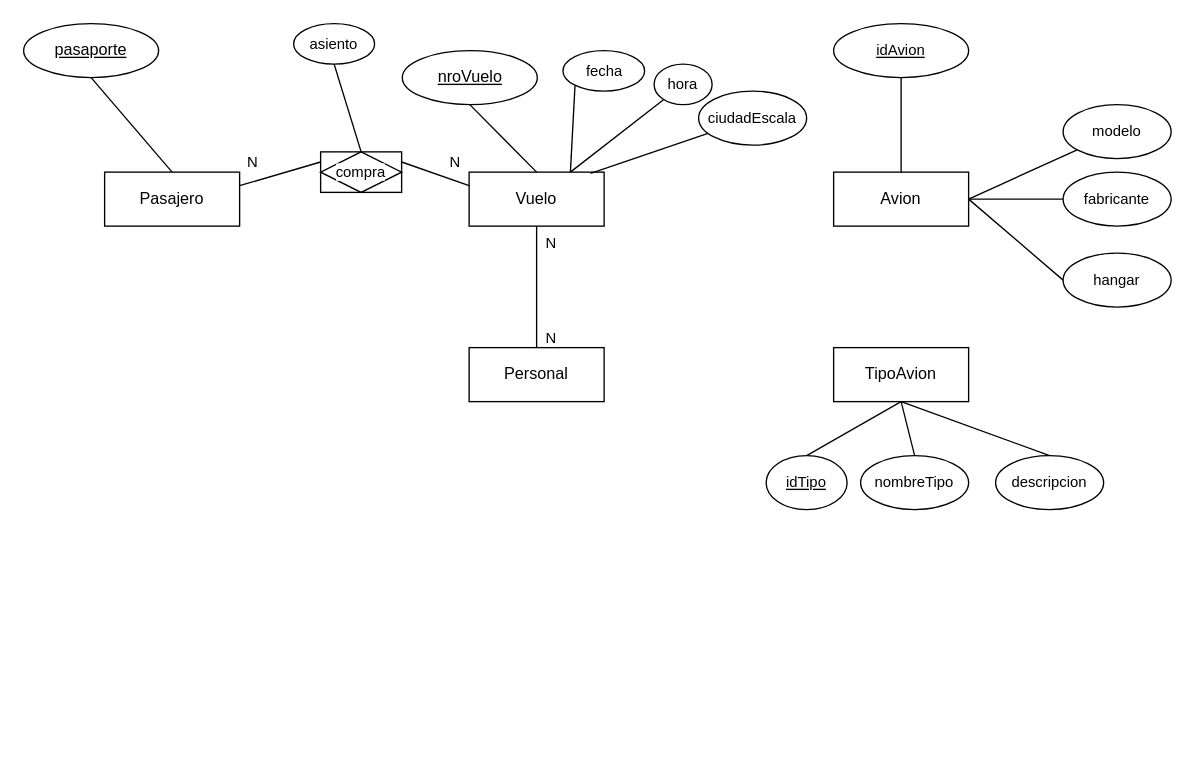
Donnie-MS/DiagramasUML-BaseDeDatos-Objetos2 keeps this draw.io diagram as BaseDeDatos/ej7.drawio. Above is the earlier version. Source tidied: cells renumbered, new cells numbered last; positions are measured from the earlier drawing's top-left corner, leaving out a move shared by most shapes. Both pictures are drawn from the tidied source at 135%, with x=0, y=0 at pixel (23, 23).
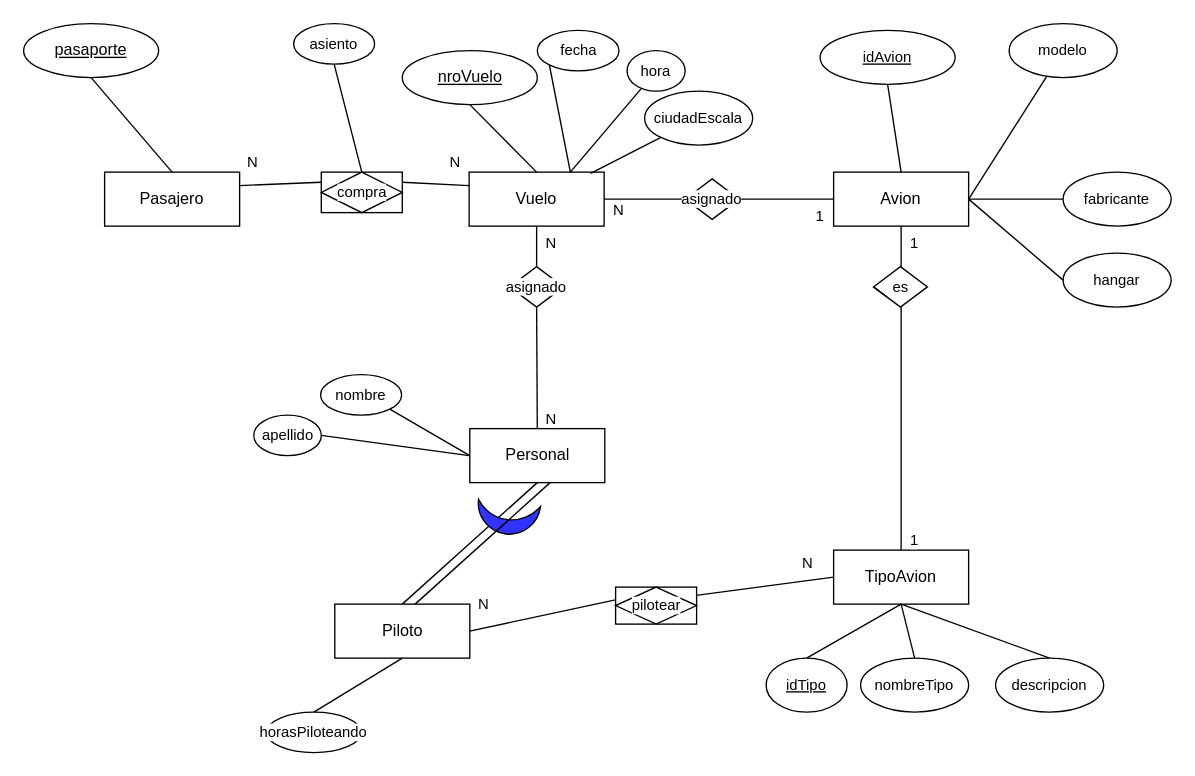
The same diagram, later.

Unchanged cells that the change refers to:
```xml
<mxCell id="4" value="Vuelo" style="whiteSpace=wrap;html=1;align=center;" parent="1" vertex="1">
  <mxGeometry x="330" y="110" width="100" height="40" as="geometry" />
</mxCell>
<mxCell id="31" value="Avion" style="whiteSpace=wrap;html=1;align=center;" parent="1" vertex="1">
  <mxGeometry x="600" y="110" width="100" height="40" as="geometry" />
</mxCell>
```

The edit, as a diff of the source:
```diff
@@
-    <mxCell id="5" style="edgeStyle=none;shape=connector;rounded=0;jettySize=auto;html=1;exitX=0.5;exitY=0;exitDx=0;exitDy=0;entryX=0.5;entryY=1;entryDx=0;entryDy=0;strokeColor=default;align=center;verticalAlign=middle;fontFamily=Helvetica;fontSize=11;fontColor=default;labelBackgroundColor=default;endArrow=none;" parent="1" edge="1" source="6" target="4">
+    <mxCell id="5" style="edgeStyle=none;shape=connector;rounded=0;jettySize=auto;html=1;exitX=0.5;exitY=0;exitDx=0;exitDy=0;entryX=0.5;entryY=1;entryDx=0;entryDy=0;strokeColor=default;align=center;verticalAlign=middle;fontFamily=Helvetica;fontSize=11;fontColor=default;labelBackgroundColor=default;endArrow=none;" parent="1" edge="1" source="47" target="4">
       <mxGeometry relative="1" as="geometry" />
     </mxCell>
+    <mxCell id="41" style="edgeStyle=none;shape=connector;rounded=0;jettySize=auto;html=1;entryX=0.5;entryY=0;entryDx=0;entryDy=0;strokeColor=default;align=center;verticalAlign=middle;fontFamily=Helvetica;fontSize=11;fontColor=default;labelBackgroundColor=default;endArrow=none;exitX=0.5;exitY=1;exitDx=0;exitDy=0;" parent="1" edge="1" source="6" target="53">
+      <mxGeometry relative="1" as="geometry" />
+    </mxCell>
     <mxCell id="6" value="Personal" style="whiteSpace=wrap;html=1;align=center;" parent="1" vertex="1">
-      <mxGeometry x="330" y="240" width="100" height="40" as="geometry" />
+      <mxGeometry x="330.5" y="300" width="100" height="40" as="geometry" />
     </mxCell>
@@
     <mxCell id="10" value="compra" style="shape=associativeEntity;whiteSpace=wrap;html=1;align=center;fontFamily=Helvetica;fontSize=11;fontColor=default;labelBackgroundColor=default;" parent="1" vertex="1">
-      <mxGeometry x="220" y="95" width="60" height="30" as="geometry" />
+      <mxGeometry x="220.5" y="110" width="60" height="30" as="geometry" />
     </mxCell>
@@
     <mxCell id="15" value="fecha" style="ellipse;whiteSpace=wrap;html=1;align=center;fontFamily=Helvetica;fontSize=11;fontColor=default;labelBackgroundColor=default;" parent="1" vertex="1">
-      <mxGeometry x="399.5" y="20" width="60.5" height="30" as="geometry" />
+      <mxGeometry x="380.5" y="5" width="60.5" height="30" as="geometry" />
     </mxCell>
@@
     <mxCell id="18" value="hora" style="ellipse;whiteSpace=wrap;html=1;align=center;fontFamily=Helvetica;fontSize=11;fontColor=default;labelBackgroundColor=default;" parent="1" vertex="1">
-      <mxGeometry x="467" y="30" width="43" height="30" as="geometry" />
+      <mxGeometry x="447" y="20" width="43" height="30" as="geometry" />
     </mxCell>
@@
     <mxCell id="20" value="N" style="text;strokeColor=none;fillColor=none;spacingLeft=4;spacingRight=4;overflow=hidden;fontSize=11;whiteSpace=wrap;html=1;fontFamily=Helvetica;fontColor=default;labelBackgroundColor=default;" parent="1" vertex="1">
-      <mxGeometry x="380.5" y="220" width="19" height="30" as="geometry" />
+      <mxGeometry x="381" y="280" width="19" height="30" as="geometry" />
     </mxCell>
@@
     <mxCell id="22" value="ciudadEscala" style="ellipse;whiteSpace=wrap;html=1;align=center;fontFamily=Helvetica;fontSize=11;fontColor=default;labelBackgroundColor=default;" parent="1" vertex="1">
-      <mxGeometry x="500" y="50" width="80" height="40" as="geometry" />
+      <mxGeometry x="460" y="50" width="80" height="40" as="geometry" />
     </mxCell>
@@
     <mxCell id="26" value="modelo" style="ellipse;whiteSpace=wrap;html=1;align=center;fontFamily=Helvetica;fontSize=11;fontColor=default;labelBackgroundColor=default;" parent="1" vertex="1">
-      <mxGeometry x="770" y="60" width="80" height="40" as="geometry" />
+      <mxGeometry x="730" width="80" height="40" as="geometry" />
     </mxCell>
@@
+    <mxCell id="42" style="edgeStyle=none;shape=connector;rounded=0;jettySize=auto;html=1;exitX=0;exitY=0.5;exitDx=0;exitDy=0;entryX=1;entryY=0.5;entryDx=0;entryDy=0;strokeColor=default;align=center;verticalAlign=middle;fontFamily=Helvetica;fontSize=11;fontColor=default;labelBackgroundColor=default;endArrow=none;" parent="1" edge="1" source="51" target="4">
+      <mxGeometry relative="1" as="geometry" />
+    </mxCell>
@@
     <mxCell id="33" value="idAvion" style="ellipse;whiteSpace=wrap;html=1;align=center;fontStyle=4;fontFamily=Helvetica;fontSize=11;fontColor=default;labelBackgroundColor=default;" parent="1" vertex="1">
-      <mxGeometry x="600" width="100" height="40" as="geometry" />
+      <mxGeometry x="590" y="5" width="100" height="40" as="geometry" />
     </mxCell>
+    <mxCell id="43" style="edgeStyle=none;shape=connector;rounded=0;jettySize=auto;html=1;strokeColor=default;align=center;verticalAlign=middle;fontFamily=Helvetica;fontSize=11;fontColor=default;labelBackgroundColor=default;endArrow=none;" parent="1" edge="1" source="34" target="31">
+      <mxGeometry relative="1" as="geometry" />
+    </mxCell>
     <mxCell id="34" value="TipoAvion" style="whiteSpace=wrap;html=1;align=center;" parent="1" vertex="1">
-      <mxGeometry x="600" y="240" width="100" height="40" as="geometry" />
+      <mxGeometry x="600" y="390" width="100" height="40" as="geometry" />
     </mxCell>
@@
     <mxCell id="36" value="idTipo" style="ellipse;whiteSpace=wrap;html=1;align=center;fontStyle=4;fontFamily=Helvetica;fontSize=11;fontColor=default;labelBackgroundColor=default;" parent="1" vertex="1">
-      <mxGeometry x="550" y="320" width="60" height="40" as="geometry" />
+      <mxGeometry x="550" y="470" width="60" height="40" as="geometry" />
     </mxCell>
     <mxCell id="37" style="edgeStyle=none;shape=connector;rounded=0;jettySize=auto;html=1;exitX=0.5;exitY=0;exitDx=0;exitDy=0;entryX=0.5;entryY=1;entryDx=0;entryDy=0;strokeColor=default;align=center;verticalAlign=middle;fontFamily=Helvetica;fontSize=11;fontColor=default;labelBackgroundColor=default;endArrow=none;" parent="1" edge="1" target="34">
       <mxGeometry relative="1" as="geometry">
-        <mxPoint x="660" y="320" as="sourcePoint" />
+        <mxPoint x="660" y="470" as="sourcePoint" />
       </mxGeometry>
     </mxCell>
     <mxCell id="38" value="nombreTipo" style="ellipse;whiteSpace=wrap;html=1;align=center;fontFamily=Helvetica;fontSize=11;fontColor=default;labelBackgroundColor=default;" parent="1" vertex="1">
-      <mxGeometry x="620" y="320" width="80" height="40" as="geometry" />
+      <mxGeometry x="620" y="470" width="80" height="40" as="geometry" />
     </mxCell>
@@
     <mxCell id="40" value="descripcion" style="ellipse;whiteSpace=wrap;html=1;align=center;fontFamily=Helvetica;fontSize=11;fontColor=default;labelBackgroundColor=default;" parent="1" vertex="1">
-      <mxGeometry x="720" y="320" width="80" height="40" as="geometry" />
+      <mxGeometry x="720" y="470" width="80" height="40" as="geometry" />
     </mxCell>
+    <mxCell id="44" value="1" style="text;strokeColor=none;fillColor=none;spacingLeft=4;spacingRight=4;overflow=hidden;fontSize=11;whiteSpace=wrap;html=1;fontFamily=Helvetica;fontColor=default;labelBackgroundColor=default;" parent="1" vertex="1">
+      <mxGeometry x="650.5" y="370" width="19" height="30" as="geometry" />
+    </mxCell>
+    <mxCell id="45" value="1" style="text;strokeColor=none;fillColor=none;spacingLeft=4;spacingRight=4;overflow=hidden;fontSize=11;whiteSpace=wrap;html=1;fontFamily=Helvetica;fontColor=default;labelBackgroundColor=default;" parent="1" vertex="1">
+      <mxGeometry x="650.5" y="150" width="19" height="30" as="geometry" />
+    </mxCell>
+    <mxCell id="46" style="edgeStyle=none;shape=connector;rounded=0;jettySize=auto;html=1;exitX=0.5;exitY=0;exitDx=0;exitDy=0;entryX=0.5;entryY=1;entryDx=0;entryDy=0;strokeColor=default;align=center;verticalAlign=middle;fontFamily=Helvetica;fontSize=11;fontColor=default;labelBackgroundColor=default;endArrow=none;" parent="1" edge="1" source="6" target="47">
+      <mxGeometry relative="1" as="geometry" />
+    </mxCell>
+    <mxCell id="47" value="asignado" style="shape=rhombus;perimeter=rhombusPerimeter;whiteSpace=wrap;html=1;align=center;fontFamily=Helvetica;fontSize=11;fontColor=default;labelBackgroundColor=default;" parent="1" vertex="1">
+      <mxGeometry x="360" y="180" width="40" height="30" as="geometry" />
+    </mxCell>
+    <mxCell id="48" value="es" style="shape=rhombus;perimeter=rhombusPerimeter;whiteSpace=wrap;html=1;align=center;fontFamily=Helvetica;fontSize=11;fontColor=default;labelBackgroundColor=default;" parent="1" vertex="1">
+      <mxGeometry x="629.5" y="180" width="40" height="30" as="geometry" />
+    </mxCell>
+    <mxCell id="49" style="edgeStyle=none;shape=connector;rounded=0;orthogonalLoop=1;jettySize=auto;html=1;exitX=0;exitY=0.5;exitDx=0;exitDy=0;entryX=0;entryY=1;entryDx=0;entryDy=0;strokeColor=default;align=center;verticalAlign=middle;fontFamily=Helvetica;fontSize=11;fontColor=default;labelBackgroundColor=default;endArrow=none;" parent="1" edge="1" source="48" target="48">
+      <mxGeometry relative="1" as="geometry" />
+    </mxCell>
+    <mxCell id="50" style="edgeStyle=none;shape=connector;rounded=0;jettySize=auto;html=1;exitX=0;exitY=0.5;exitDx=0;exitDy=0;entryX=1;entryY=0.5;entryDx=0;entryDy=0;strokeColor=default;align=center;verticalAlign=middle;fontFamily=Helvetica;fontSize=11;fontColor=default;labelBackgroundColor=default;endArrow=none;" parent="1" edge="1" source="31" target="51">
+      <mxGeometry relative="1" as="geometry" />
+    </mxCell>
+    <mxCell id="51" value="asignado" style="shape=rhombus;perimeter=rhombusPerimeter;whiteSpace=wrap;html=1;align=center;fontFamily=Helvetica;fontSize=11;fontColor=default;labelBackgroundColor=default;" parent="1" vertex="1">
+      <mxGeometry x="490" y="115" width="40" height="30" as="geometry" />
+    </mxCell>
+    <mxCell id="52" style="edgeStyle=none;shape=connector;rounded=0;jettySize=auto;html=1;exitX=1;exitY=0.5;exitDx=0;exitDy=0;entryX=0;entryY=0.5;entryDx=0;entryDy=0;strokeColor=default;align=center;verticalAlign=middle;fontFamily=Helvetica;fontSize=11;fontColor=default;labelBackgroundColor=default;endArrow=none;" parent="1" edge="1" target="34">
+      <mxGeometry relative="1" as="geometry">
+        <mxPoint x="487" y="425" as="sourcePoint" />
+      </mxGeometry>
+    </mxCell>
+    <mxCell id="53" value="Piloto" style="whiteSpace=wrap;html=1;align=center;" parent="1" vertex="1">
+      <mxGeometry x="230.5" y="430" width="100" height="40" as="geometry" />
+    </mxCell>
+    <mxCell id="54" style="edgeStyle=none;shape=connector;rounded=0;jettySize=auto;html=1;exitX=1;exitY=1;exitDx=0;exitDy=0;entryX=0;entryY=0.5;entryDx=0;entryDy=0;strokeColor=default;align=center;verticalAlign=middle;fontFamily=Helvetica;fontSize=11;fontColor=default;labelBackgroundColor=default;endArrow=none;" parent="1" edge="1" source="55" target="6">
+      <mxGeometry relative="1" as="geometry" />
+    </mxCell>
+    <mxCell id="55" value="nombre" style="ellipse;whiteSpace=wrap;html=1;align=center;fontFamily=Helvetica;fontSize=11;fontColor=default;labelBackgroundColor=default;" parent="1" vertex="1">
+      <mxGeometry x="220" y="260" width="60" height="30" as="geometry" />
+    </mxCell>
+    <mxCell id="56" style="edgeStyle=none;shape=connector;rounded=0;jettySize=auto;html=1;exitX=1;exitY=0.5;exitDx=0;exitDy=0;strokeColor=default;align=center;verticalAlign=middle;fontFamily=Helvetica;fontSize=11;fontColor=default;labelBackgroundColor=default;endArrow=none;" parent="1" edge="1" source="57">
+      <mxGeometry relative="1" as="geometry">
+        <mxPoint x="330" y="320" as="targetPoint" />
+      </mxGeometry>
+    </mxCell>
+    <mxCell id="57" value="apellido" style="ellipse;whiteSpace=wrap;html=1;align=center;fontFamily=Helvetica;fontSize=11;fontColor=default;labelBackgroundColor=default;" parent="1" vertex="1">
+      <mxGeometry x="170.5" y="290" width="50" height="30" as="geometry" />
+    </mxCell>
+    <mxCell id="58" style="verticalLabelPosition=bottom;verticalAlign=top;html=1;shape=mxgraph.basic.moon;fontFamily=Helvetica;fontSize=11;fontColor=default;labelBackgroundColor=default;rotation=-60;fillColor=#3333FF;" parent="1" vertex="1">
+      <mxGeometry x="340" y="340" width="35.7" height="47.4" as="geometry" />
+    </mxCell>
+    <mxCell id="59" style="edgeStyle=none;shape=connector;rounded=0;orthogonalLoop=1;jettySize=auto;html=1;entryX=0.5;entryY=0;entryDx=0;entryDy=0;strokeColor=default;align=center;verticalAlign=middle;fontFamily=Helvetica;fontSize=11;fontColor=default;labelBackgroundColor=default;endArrow=none;exitX=0.5;exitY=1;exitDx=0;exitDy=0;" parent="1" edge="1">
+      <mxGeometry relative="1" as="geometry">
+        <mxPoint x="390" y="340" as="sourcePoint" />
+        <mxPoint x="290" y="430" as="targetPoint" />
+      </mxGeometry>
+    </mxCell>
+    <mxCell id="60" style="edgeStyle=none;shape=connector;rounded=0;jettySize=auto;html=1;exitX=0.5;exitY=0;exitDx=0;exitDy=0;entryX=0.5;entryY=1;entryDx=0;entryDy=0;strokeColor=default;align=center;verticalAlign=middle;fontFamily=Helvetica;fontSize=11;fontColor=default;labelBackgroundColor=default;endArrow=none;" parent="1" edge="1" source="61" target="53">
+      <mxGeometry relative="1" as="geometry" />
+    </mxCell>
+    <mxCell id="61" value="horasPiloteando" style="ellipse;whiteSpace=wrap;html=1;align=center;fontFamily=Helvetica;fontSize=11;fontColor=default;labelBackgroundColor=default;" parent="1" vertex="1">
+      <mxGeometry x="180" y="510" width="70" height="30" as="geometry" />
+    </mxCell>
+    <mxCell id="62" value="N" style="text;strokeColor=none;fillColor=none;spacingLeft=4;spacingRight=4;overflow=hidden;fontSize=11;whiteSpace=wrap;html=1;fontFamily=Helvetica;fontColor=default;labelBackgroundColor=default;" parent="1" vertex="1">
+      <mxGeometry x="430.5" y="125" width="20" height="25" as="geometry" />
+    </mxCell>
+    <mxCell id="63" value="1" style="text;strokeColor=none;fillColor=none;spacingLeft=4;spacingRight=4;overflow=hidden;fontSize=11;whiteSpace=wrap;html=1;fontFamily=Helvetica;fontColor=default;labelBackgroundColor=default;" parent="1" vertex="1">
+      <mxGeometry x="581" y="130" width="19" height="30" as="geometry" />
+    </mxCell>
+    <mxCell id="64" style="edgeStyle=none;shape=connector;rounded=0;jettySize=auto;html=1;exitX=1;exitY=0.5;exitDx=0;exitDy=0;entryX=0;entryY=0.5;entryDx=0;entryDy=0;strokeColor=default;align=center;verticalAlign=middle;fontFamily=Helvetica;fontSize=11;fontColor=default;labelBackgroundColor=default;endArrow=none;" parent="1" edge="1" source="53">
+      <mxGeometry relative="1" as="geometry">
+        <mxPoint x="447" y="425" as="targetPoint" />
+      </mxGeometry>
+    </mxCell>
+    <mxCell id="65" value="N" style="text;strokeColor=none;fillColor=none;spacingLeft=4;spacingRight=4;overflow=hidden;fontSize=11;whiteSpace=wrap;html=1;fontFamily=Helvetica;fontColor=default;labelBackgroundColor=default;" parent="1" vertex="1">
+      <mxGeometry x="571" y="387.4" width="19" height="30" as="geometry" />
+    </mxCell>
+    <mxCell id="66" value="N" style="text;strokeColor=none;fillColor=none;spacingLeft=4;spacingRight=4;overflow=hidden;fontSize=11;whiteSpace=wrap;html=1;fontFamily=Helvetica;fontColor=default;labelBackgroundColor=default;" parent="1" vertex="1">
+      <mxGeometry x="331" y="417.4" width="19" height="30" as="geometry" />
+    </mxCell>
+    <mxCell id="67" value="pilotear" style="shape=associativeEntity;whiteSpace=wrap;html=1;align=center;fontFamily=Helvetica;fontSize=11;fontColor=default;labelBackgroundColor=default;" parent="1" vertex="1">
+      <mxGeometry x="438.5" y="417.4" width="60" height="27.4" as="geometry" />
+    </mxCell>
```
